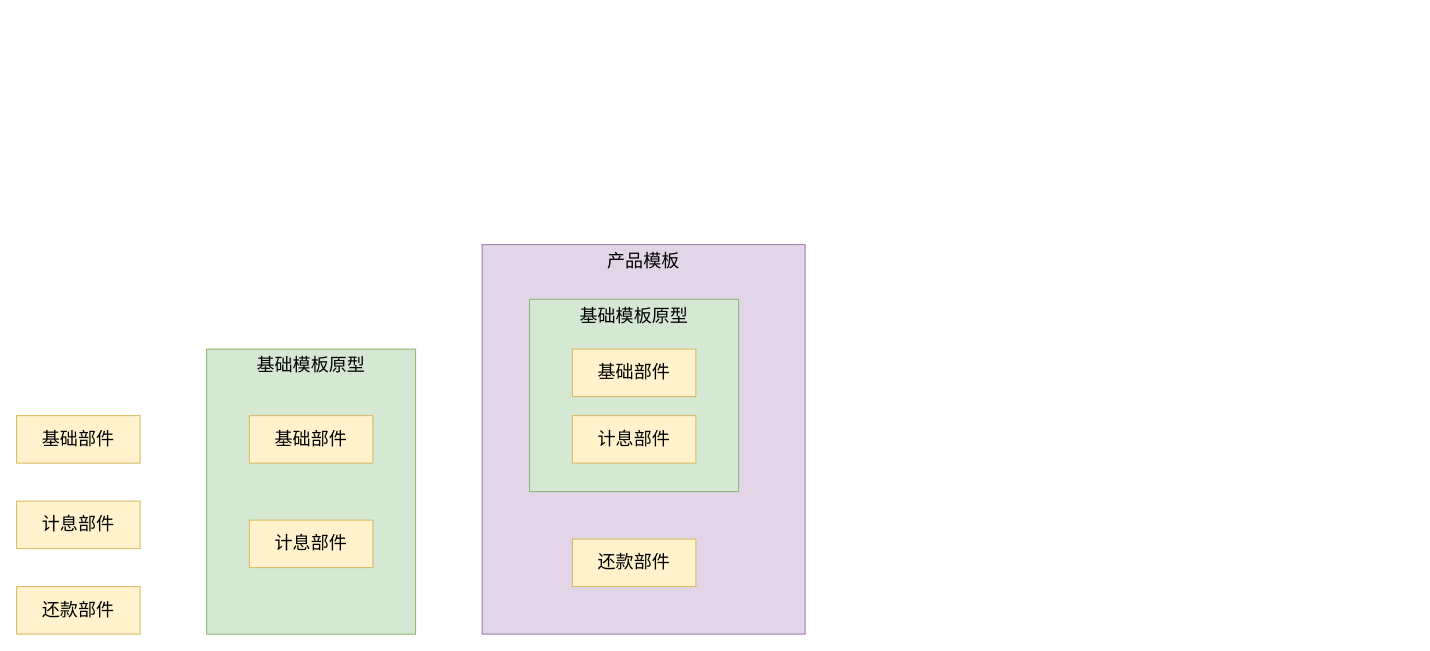
Above: 产品.drawio in paidaxingz/draw.io (draw.io), before the change. Source tidied: cells renumbered, new cells numbered last; positions are measured from the earlier drawing's top-left corner, leaving out a move shared by most shapes. Both pictures are drawn from the tidied source at 95%, with x=0, y=0 at pixel (16, 244).
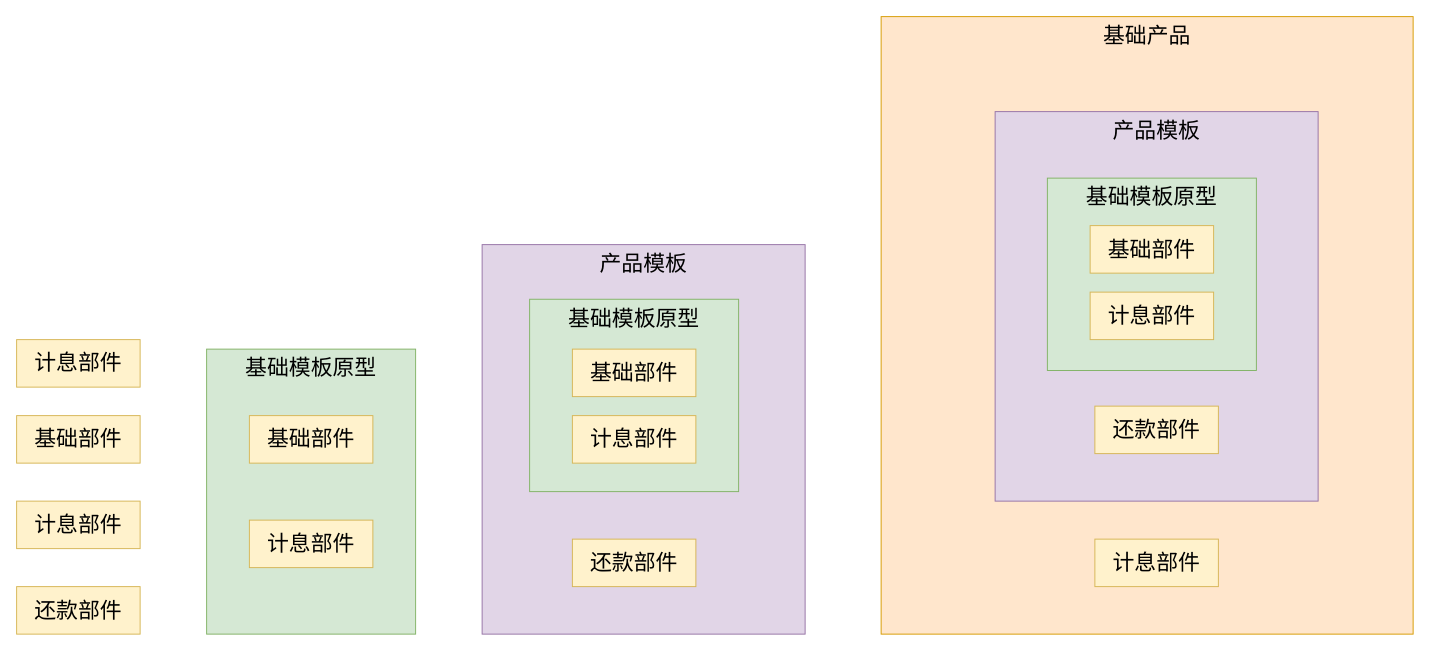
After the change.

The edit, as a diff of the source:
```diff
@@
+    <mxCell id="13" value="基础产品" style="rounded=0;whiteSpace=wrap;html=1;fillColor=#ffe6cc;strokeColor=#d79b00;verticalAlign=top;fontSize=23;" parent="1" vertex="1">
+      <mxGeometry x="910" y="-240" width="560" height="650" as="geometry" />
+    </mxCell>
-    <mxCell id="2" value="产品模板" style="rounded=0;whiteSpace=wrap;html=1;verticalAlign=top;fontSize=19;fillColor=#e1d5e7;strokeColor=#9673a6;" parent="1" vertex="1">
+    <mxCell id="2" value="产品模板" style="rounded=0;whiteSpace=wrap;html=1;verticalAlign=top;fontSize=23;fillColor=#e1d5e7;strokeColor=#9673a6;" parent="1" vertex="1">
       <mxGeometry x="490" width="340" height="410" as="geometry" />
     </mxCell>
-    <mxCell id="3" value="基础部件" style="rounded=0;whiteSpace=wrap;html=1;fontSize=19;fillColor=#fff2cc;strokeColor=#d6b656;" parent="1" vertex="1">
+    <mxCell id="3" value="基础部件" style="rounded=0;whiteSpace=wrap;html=1;fontSize=23;fillColor=#fff2cc;strokeColor=#d6b656;" parent="1" vertex="1">
       <mxGeometry y="180" width="130" height="50" as="geometry" />
     </mxCell>
-    <mxCell id="4" value="计息部件" style="rounded=0;whiteSpace=wrap;html=1;fontSize=19;fillColor=#fff2cc;strokeColor=#d6b656;" parent="1" vertex="1">
+    <mxCell id="4" value="计息部件" style="rounded=0;whiteSpace=wrap;html=1;fontSize=23;fillColor=#fff2cc;strokeColor=#d6b656;" parent="1" vertex="1">
       <mxGeometry y="270" width="130" height="50" as="geometry" />
     </mxCell>
-    <mxCell id="5" value="还款部件" style="rounded=0;whiteSpace=wrap;html=1;fontSize=19;fillColor=#fff2cc;strokeColor=#d6b656;" parent="1" vertex="1">
+    <mxCell id="5" value="还款部件" style="rounded=0;whiteSpace=wrap;html=1;fontSize=23;fillColor=#fff2cc;strokeColor=#d6b656;" parent="1" vertex="1">
       <mxGeometry y="360" width="130" height="50" as="geometry" />
     </mxCell>
-    <mxCell id="6" value="基础模板原型" style="rounded=0;whiteSpace=wrap;html=1;verticalAlign=top;fontSize=19;fillColor=#d5e8d4;strokeColor=#82b366;" parent="1" vertex="1">
+    <mxCell id="6" value="基础模板原型" style="rounded=0;whiteSpace=wrap;html=1;verticalAlign=top;fontSize=23;fillColor=#d5e8d4;strokeColor=#82b366;" parent="1" vertex="1">
       <mxGeometry x="200" y="110" width="220" height="300" as="geometry" />
     </mxCell>
-    <mxCell id="7" value="基础部件" style="rounded=0;whiteSpace=wrap;html=1;fontSize=19;fillColor=#fff2cc;strokeColor=#d6b656;" parent="1" vertex="1">
+    <mxCell id="7" value="基础部件" style="rounded=0;whiteSpace=wrap;html=1;fontSize=23;fillColor=#fff2cc;strokeColor=#d6b656;" parent="1" vertex="1">
       <mxGeometry x="245" y="180" width="130" height="50" as="geometry" />
     </mxCell>
-    <mxCell id="8" value="计息部件" style="rounded=0;whiteSpace=wrap;html=1;fontSize=19;fillColor=#fff2cc;strokeColor=#d6b656;" parent="1" vertex="1">
+    <mxCell id="8" value="计息部件" style="rounded=0;whiteSpace=wrap;html=1;fontSize=23;fillColor=#fff2cc;strokeColor=#d6b656;" parent="1" vertex="1">
       <mxGeometry x="245" y="290" width="130" height="50" as="geometry" />
     </mxCell>
-    <mxCell id="9" value="基础模板原型" style="rounded=0;whiteSpace=wrap;html=1;verticalAlign=top;fontSize=19;fillColor=#d5e8d4;strokeColor=#82b366;" parent="1" vertex="1">
+    <mxCell id="9" value="基础模板原型" style="rounded=0;whiteSpace=wrap;html=1;verticalAlign=top;fontSize=23;fillColor=#d5e8d4;strokeColor=#82b366;" parent="1" vertex="1">
       <mxGeometry x="540" y="57.5" width="220" height="202.5" as="geometry" />
     </mxCell>
-    <mxCell id="10" value="基础部件" style="rounded=0;whiteSpace=wrap;html=1;fontSize=19;fillColor=#fff2cc;strokeColor=#d6b656;" parent="1" vertex="1">
+    <mxCell id="10" value="基础部件" style="rounded=0;whiteSpace=wrap;html=1;fontSize=23;fillColor=#fff2cc;strokeColor=#d6b656;" parent="1" vertex="1">
       <mxGeometry x="585" y="110" width="130" height="50" as="geometry" />
     </mxCell>
-    <mxCell id="11" value="计息部件" style="rounded=0;whiteSpace=wrap;html=1;fontSize=19;fillColor=#fff2cc;strokeColor=#d6b656;" parent="1" vertex="1">
+    <mxCell id="11" value="计息部件" style="rounded=0;whiteSpace=wrap;html=1;fontSize=23;fillColor=#fff2cc;strokeColor=#d6b656;" parent="1" vertex="1">
       <mxGeometry x="585" y="180" width="130" height="50" as="geometry" />
     </mxCell>
-    <mxCell id="12" value="还款部件" style="rounded=0;whiteSpace=wrap;html=1;fontSize=19;fillColor=#fff2cc;strokeColor=#d6b656;" parent="1" vertex="1">
+    <mxCell id="12" value="还款部件" style="rounded=0;whiteSpace=wrap;html=1;fontSize=23;fillColor=#fff2cc;strokeColor=#d6b656;" parent="1" vertex="1">
       <mxGeometry x="585" y="310" width="130" height="50" as="geometry" />
     </mxCell>
+    <mxCell id="14" value="计息部件" style="rounded=0;whiteSpace=wrap;html=1;fontSize=23;fillColor=#fff2cc;strokeColor=#d6b656;" parent="1" vertex="1">
+      <mxGeometry y="100" width="130" height="50" as="geometry" />
+    </mxCell>
+    <mxCell id="15" value="产品模板" style="rounded=0;whiteSpace=wrap;html=1;verticalAlign=top;fontSize=23;fillColor=#e1d5e7;strokeColor=#9673a6;" parent="1" vertex="1">
+      <mxGeometry x="1030" y="-140" width="340" height="410" as="geometry" />
+    </mxCell>
+    <mxCell id="16" value="基础模板原型" style="rounded=0;whiteSpace=wrap;html=1;verticalAlign=top;fontSize=23;fillColor=#d5e8d4;strokeColor=#82b366;" parent="1" vertex="1">
+      <mxGeometry x="1085" y="-70" width="220" height="202.5" as="geometry" />
+    </mxCell>
+    <mxCell id="17" value="基础部件" style="rounded=0;whiteSpace=wrap;html=1;fontSize=23;fillColor=#fff2cc;strokeColor=#d6b656;" parent="1" vertex="1">
+      <mxGeometry x="1130" y="-20" width="130" height="50" as="geometry" />
+    </mxCell>
+    <mxCell id="18" value="计息部件" style="rounded=0;whiteSpace=wrap;html=1;fontSize=23;fillColor=#fff2cc;strokeColor=#d6b656;" parent="1" vertex="1">
+      <mxGeometry x="1130" y="50" width="130" height="50" as="geometry" />
+    </mxCell>
+    <mxCell id="19" value="还款部件" style="rounded=0;whiteSpace=wrap;html=1;fontSize=23;fillColor=#fff2cc;strokeColor=#d6b656;" parent="1" vertex="1">
+      <mxGeometry x="1135" y="170" width="130" height="50" as="geometry" />
+    </mxCell>
+    <mxCell id="20" value="计息部件" style="rounded=0;whiteSpace=wrap;html=1;fontSize=23;fillColor=#fff2cc;strokeColor=#d6b656;" parent="1" vertex="1">
+      <mxGeometry x="1135" y="310" width="130" height="50" as="geometry" />
+    </mxCell>
```
